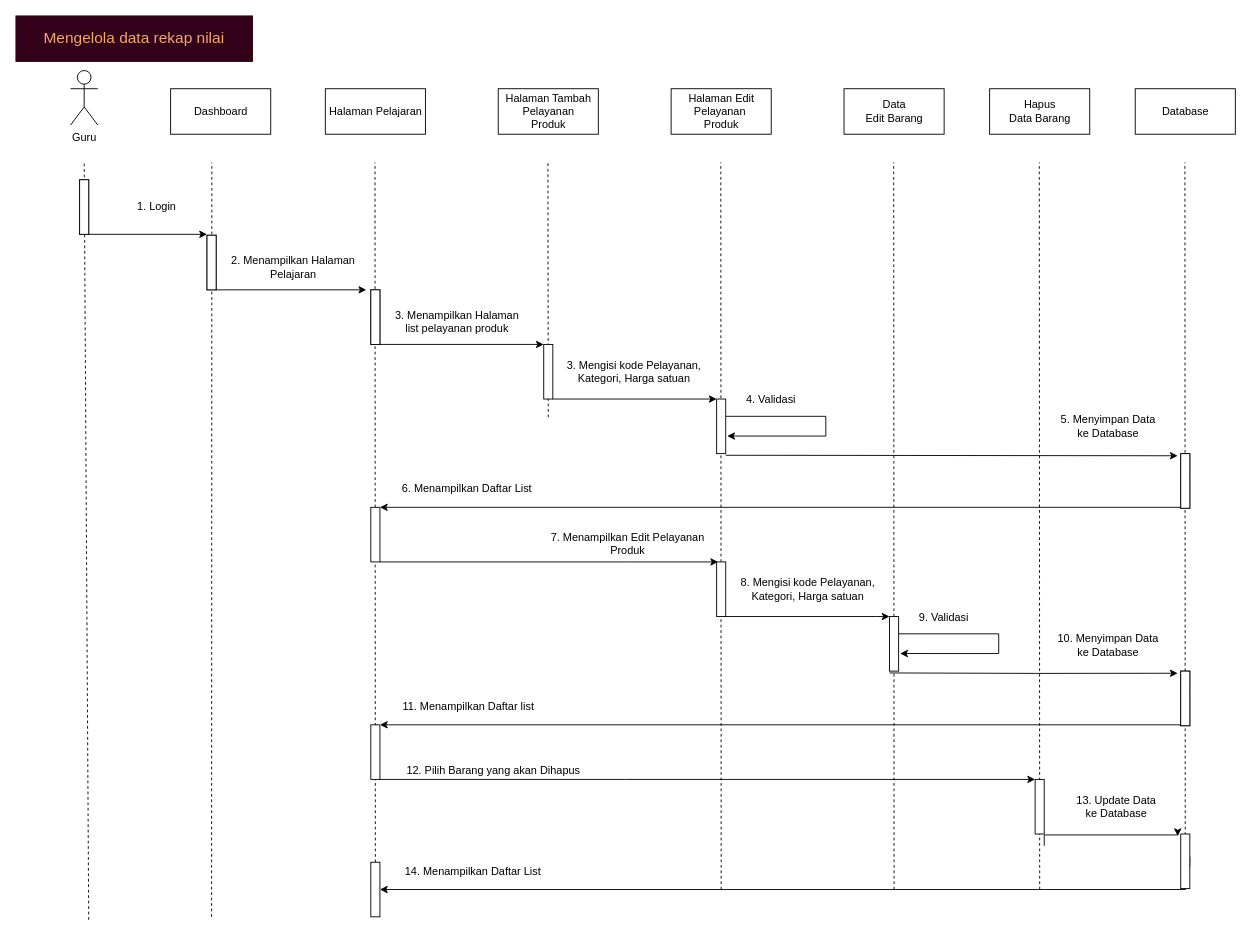
This is page "Kelola Data Pelajaran Sq" (7 of 22) of draw.io/Proyek-3.drawio from Tugas-Proyek-Polindra/proyek-3, a draw.io file, before an edit. Source tidied: cells renumbered, new cells numbered last; positions are measured from the earlier drawing's top-left corner, leaving out a move shared by most shapes. Both pictures are drawn from the tidied source at 91%, with x=0, y=0 at pixel (15, 15).
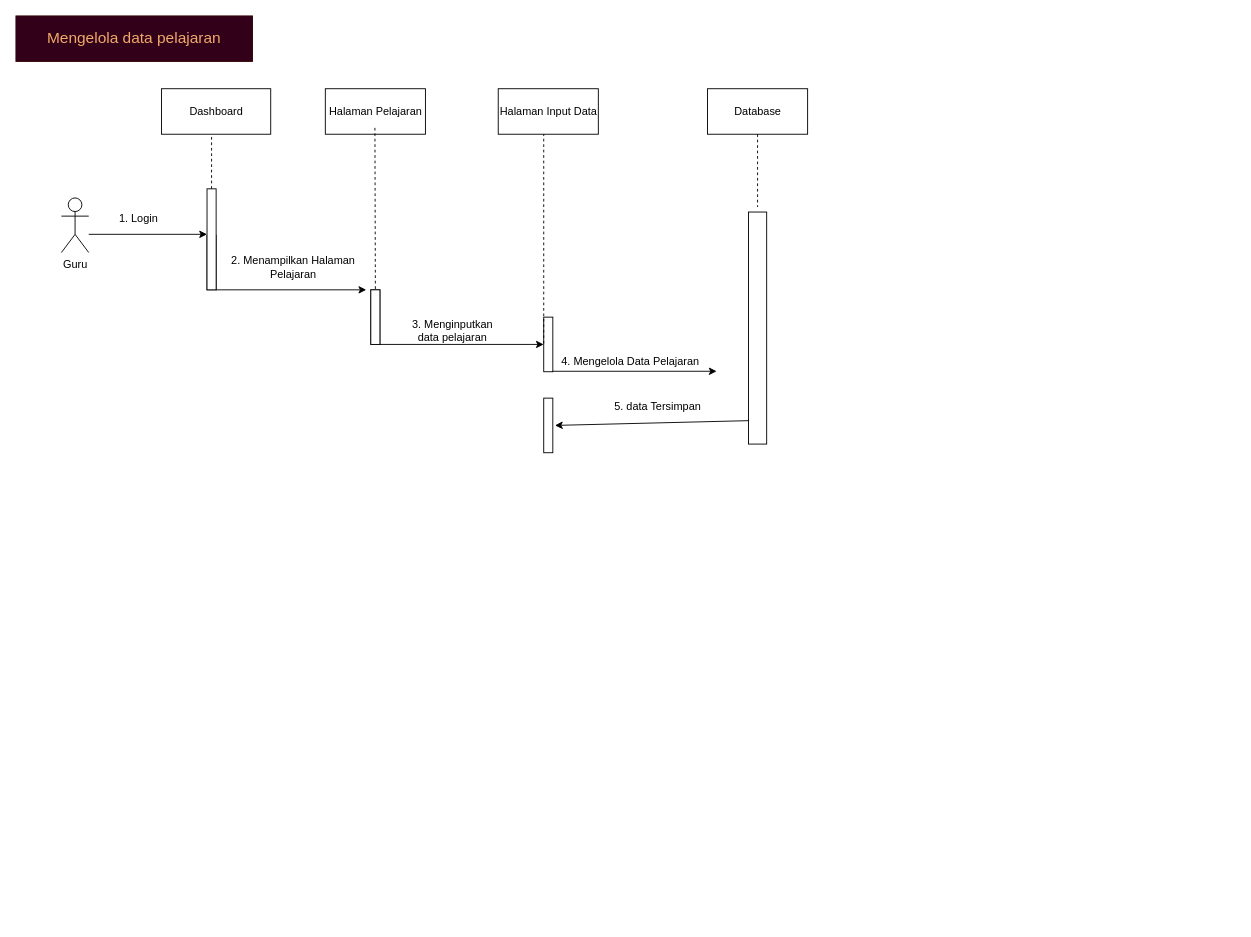
After the change.

Diff of the diagram source:
```diff
@@
-    <mxCell id="2" style="edgeStyle=orthogonalEdgeStyle;rounded=0;jettySize=auto;html=1;" parent="1" edge="1" source="3">
+    <mxCell id="2" style="edgeStyle=orthogonalEdgeStyle;rounded=0;orthogonalLoop=1;jettySize=auto;html=1;" parent="1" edge="1">
       <mxGeometry relative="1" as="geometry">
+        <mxPoint x="80" y="240" as="sourcePoint" />
         <mxPoint x="210" y="240" as="targetPoint" />
         <Array as="points">
           <mxPoint x="210" y="240" />
           <mxPoint x="210" y="240" />
         </Array>
       </mxGeometry>
     </mxCell>
-    <mxCell id="3" style="html=1;points=[];perimeter=orthogonalPerimeter;" parent="1" vertex="1">
-      <mxGeometry x="70" y="180" width="10" height="60" as="geometry" />
-    </mxCell>
     <mxCell id="4" value="Dashboard" style="html=1;" parent="1" vertex="1">
-      <mxGeometry x="170" y="80" width="110" height="50" as="geometry" />
+      <mxGeometry x="160" y="80" width="120" height="50" as="geometry" />
     </mxCell>
@@
-    <mxCell id="6" value="Halaman Tambah &lt;br&gt;Pelayanan&lt;br&gt;Produk" style="html=1;" parent="1" vertex="1">
+    <mxCell id="6" value="Halaman Input Data" style="html=1;" parent="1" vertex="1">
       <mxGeometry x="530" y="80" width="110" height="50" as="geometry" />
     </mxCell>
     <mxCell id="7" value="1. Login" style="text;html=1;strokeColor=none;fillColor=none;align=center;verticalAlign=middle;whiteSpace=wrap;rounded=0;" parent="1" vertex="1">
-      <mxGeometry x="100" y="197.5" width="110" height="25" as="geometry" />
+      <mxGeometry x="80" y="210" width="110" height="25" as="geometry" />
     </mxCell>
     <mxCell id="8" value="Guru" style="shape=umlActor;verticalLabelPosition=bottom;verticalAlign=top;html=1;" parent="1" vertex="1">
-      <mxGeometry x="60" y="60" width="30" height="60" as="geometry" />
+      <mxGeometry x="50" y="200" width="30" height="60" as="geometry" />
     </mxCell>
-    <mxCell id="9" style="endArrow=none;dashed=1;html=1;" parent="1" edge="1">
-      <mxGeometry relative="1" as="geometry">
-        <mxPoint x="80" y="993.3" as="sourcePoint" />
-        <mxPoint x="75" y="160" as="targetPoint" />
-      </mxGeometry>
-    </mxCell>
-    <mxCell id="10" style="html=1;perimeter=orthogonalPerimeter;" parent="1" vertex="1">
-      <mxGeometry x="70" y="180" width="10" height="60" as="geometry" />
-    </mxCell>
-    <mxCell id="11" style="endArrow=none;dashed=1;html=1;" parent="1" edge="1">
-      <mxGeometry relative="1" as="geometry">
-        <mxPoint x="215" y="990" as="sourcePoint" />
-        <mxPoint x="215.3" y="161" as="targetPoint" />
-      </mxGeometry>
-    </mxCell>
@@
     <mxCell id="15" style="html=1;perimeter=orthogonalPerimeter;" parent="1" vertex="1">
-      <mxGeometry x="210" y="241" width="10" height="60" as="geometry" />
+      <mxGeometry x="210" y="190" width="10" height="111" as="geometry" />
     </mxCell>
-    <mxCell id="16" style="endArrow=none;dashed=1;html=1;" parent="1" edge="1">
-      <mxGeometry relative="1" as="geometry">
-        <mxPoint x="395" y="960" as="sourcePoint" />
-        <mxPoint x="394.6" y="161" as="targetPoint" />
-      </mxGeometry>
-    </mxCell>
@@
-    <mxCell id="19" value="3. Menampilkan Halaman&lt;br&gt;list pelayanan produk" style="text;html=1;strokeColor=none;fillColor=none;align=center;verticalAlign=middle;whiteSpace=wrap;rounded=0;" parent="1" vertex="1">
-      <mxGeometry x="410" y="320" width="150" height="31" as="geometry" />
-    </mxCell>
@@
-    <mxCell id="21" style="endArrow=none;dashed=1;html=1;" parent="1" edge="1">
-      <mxGeometry relative="1" as="geometry">
-        <mxPoint x="585" y="441" as="sourcePoint" />
-        <mxPoint x="584.6" y="161" as="targetPoint" />
-      </mxGeometry>
-    </mxCell>
-    <mxCell id="22" style="edgeStyle=orthogonalEdgeStyle;rounded=0;jettySize=auto;html=1;exitX=1;exitY=0.417;exitDx=0;exitDy=0;exitPerimeter=0;" parent="1" edge="1" source="23" target="24">
-      <mxGeometry relative="1" as="geometry">
-        <Array as="points">
-          <mxPoint x="1285" y="506" />
-          <mxPoint x="1285" y="540" />
-        </Array>
-      </mxGeometry>
-    </mxCell>
-    <mxCell id="23" style="html=1;points=[];perimeter=orthogonalPerimeter;" parent="1" vertex="1">
-      <mxGeometry x="1280" y="481" width="10" height="60" as="geometry" />
-    </mxCell>
-    <mxCell id="24" style="html=1;points=[];perimeter=orthogonalPerimeter;" parent="1" vertex="1">
-      <mxGeometry x="390" y="540" width="10" height="60" as="geometry" />
-    </mxCell>
-    <mxCell id="25" value="6. Menampilkan Daftar List&amp;nbsp;" style="text;html=1;strokeColor=none;fillColor=none;align=center;verticalAlign=middle;whiteSpace=wrap;rounded=0;" parent="1" vertex="1">
-      <mxGeometry x="405" y="510" width="185" height="20" as="geometry" />
-    </mxCell>
-    <mxCell id="26" value="Halaman Edit&lt;br&gt;Pelayanan&amp;nbsp;&lt;br&gt;Produk" style="html=1;" parent="1" vertex="1">
-      <mxGeometry x="720" y="80" width="110" height="50" as="geometry" />
-    </mxCell>
-    <mxCell id="27" style="endArrow=none;dashed=1;html=1;" parent="1" edge="1">
-      <mxGeometry relative="1" as="geometry">
-        <mxPoint x="775" y="960" as="sourcePoint" />
-        <mxPoint x="774.6" y="161" as="targetPoint" />
-      </mxGeometry>
-    </mxCell>
-    <mxCell id="28" style="edgeStyle=orthogonalEdgeStyle;rounded=0;orthogonalLoop=1;jettySize=auto;html=1;entryX=1.167;entryY=0.678;entryDx=0;entryDy=0;entryPerimeter=0;" parent="1" edge="1" source="29" target="29">
-      <mxGeometry relative="1" as="geometry">
-        <Array as="points">
-          <mxPoint x="890" y="440" />
-          <mxPoint x="890" y="462" />
-        </Array>
-      </mxGeometry>
-    </mxCell>
-    <mxCell id="29" style="html=1;points=[];perimeter=orthogonalPerimeter;" parent="1" vertex="1">
-      <mxGeometry x="770" y="421" width="10" height="60" as="geometry" />
-    </mxCell>
-    <mxCell id="30" value="Data&lt;br&gt;Edit Barang" style="html=1;" parent="1" vertex="1">
-      <mxGeometry x="910" y="80" width="110" height="50" as="geometry" />
-    </mxCell>
-    <mxCell id="31" style="endArrow=none;dashed=1;html=1;" parent="1" edge="1">
-      <mxGeometry relative="1" as="geometry">
-        <mxPoint x="965" y="960" as="sourcePoint" />
-        <mxPoint x="964.6" y="161" as="targetPoint" />
-      </mxGeometry>
-    </mxCell>
-    <mxCell id="32" value="Hapus&lt;br&gt;Data Barang" style="html=1;" parent="1" vertex="1">
-      <mxGeometry x="1070" y="80" width="110" height="50" as="geometry" />
-    </mxCell>
-    <mxCell id="33" style="endArrow=none;dashed=1;html=1;" parent="1" edge="1">
-      <mxGeometry relative="1" as="geometry">
-        <mxPoint x="1125" y="960" as="sourcePoint" />
-        <mxPoint x="1124.6" y="161" as="targetPoint" />
-      </mxGeometry>
-    </mxCell>
     <mxCell id="34" value="Database" style="html=1;" parent="1" vertex="1">
-      <mxGeometry x="1230" y="80" width="110" height="50" as="geometry" />
+      <mxGeometry x="760" y="80" width="110" height="50" as="geometry" />
     </mxCell>
-    <mxCell id="35" style="endArrow=none;dashed=1;html=1;" parent="1" edge="1">
-      <mxGeometry relative="1" as="geometry">
-        <mxPoint x="1285" y="960" as="sourcePoint" />
-        <mxPoint x="1284.6" y="161" as="targetPoint" />
-      </mxGeometry>
-    </mxCell>
-    <mxCell id="36" value="3. Mengisi kode Pelayanan, Kategori, Harga satuan" style="text;html=1;strokeColor=none;fillColor=none;align=center;verticalAlign=middle;whiteSpace=wrap;rounded=0;" parent="1" vertex="1">
-      <mxGeometry x="590" y="375.5" width="179" height="31" as="geometry" />
-    </mxCell>
     <mxCell id="37" style="html=1;perimeter=orthogonalPerimeter;" parent="1" vertex="1">
-      <mxGeometry x="580" y="361" width="10" height="60" as="geometry" />
+      <mxGeometry x="580" y="331" width="10" height="60" as="geometry" />
     </mxCell>
     <mxCell id="38" style="edgeStyle=orthogonalEdgeStyle;rounded=0;orthogonalLoop=1;jettySize=auto;html=1;" parent="1" edge="1">
       <mxGeometry relative="1" as="geometry">
-        <mxPoint x="590" y="421" as="sourcePoint" />
-        <mxPoint x="770" y="421" as="targetPoint" />
+        <mxPoint x="590" y="390.5" as="sourcePoint" />
+        <mxPoint x="770" y="390.5" as="targetPoint" />
         <Array as="points">
-          <mxPoint x="755" y="421" />
+          <mxPoint x="755" y="390.5" />
         </Array>
       </mxGeometry>
     </mxCell>
-    <mxCell id="39" style="html=1;points=[];perimeter=orthogonalPerimeter;" parent="1" vertex="1">
-      <mxGeometry x="1280" y="481" width="10" height="60" as="geometry" />
-    </mxCell>
-    <mxCell id="40" value="5. Menyimpan Data &lt;br&gt;ke Database" style="text;html=1;strokeColor=none;fillColor=none;align=center;verticalAlign=middle;whiteSpace=wrap;rounded=0;" parent="1" vertex="1">
-      <mxGeometry x="1111" y="435.5" width="179" height="31" as="geometry" />
-    </mxCell>
-    <mxCell id="41" style="edgeStyle=orthogonalEdgeStyle;rounded=0;jettySize=auto;html=1;entryX=-0.333;entryY=0.039;entryDx=0;entryDy=0;entryPerimeter=0;" parent="1" edge="1" target="39">
-      <mxGeometry relative="1" as="geometry">
-        <mxPoint x="780" y="482.8" as="sourcePoint" />
-      </mxGeometry>
-    </mxCell>
-    <mxCell id="42" value="4. Validasi" style="text;html=1;strokeColor=none;fillColor=none;align=center;verticalAlign=middle;whiteSpace=wrap;rounded=0;" parent="1" vertex="1">
-      <mxGeometry x="790" y="406.5" width="80" height="31" as="geometry" />
-    </mxCell>
-    <mxCell id="43" style="edgeStyle=orthogonalEdgeStyle;rounded=0;jettySize=auto;html=1;entryX=0.167;entryY=0;entryDx=0;entryDy=0;entryPerimeter=0;" parent="1" edge="1" target="48">
-      <mxGeometry relative="1" as="geometry">
-        <mxPoint x="400" y="600" as="sourcePoint" />
-        <Array as="points">
-          <mxPoint x="670" y="600" />
-          <mxPoint x="670" y="600" />
-        </Array>
-      </mxGeometry>
-    </mxCell>
-    <mxCell id="44" value="7. Menampilkan Edit Pelayanan Produk" style="text;html=1;strokeColor=none;fillColor=none;align=center;verticalAlign=middle;whiteSpace=wrap;rounded=0;" parent="1" vertex="1">
-      <mxGeometry x="580" y="570" width="185" height="20" as="geometry" />
-    </mxCell>
-    <mxCell id="45" style="edgeStyle=orthogonalEdgeStyle;rounded=0;orthogonalLoop=1;jettySize=auto;html=1;entryX=1.167;entryY=0.678;entryDx=0;entryDy=0;entryPerimeter=0;" parent="1" edge="1" source="46" target="46">
-      <mxGeometry relative="1" as="geometry">
-        <Array as="points">
-          <mxPoint x="1080" y="679" />
-          <mxPoint x="1080" y="701" />
-        </Array>
-      </mxGeometry>
-    </mxCell>
-    <mxCell id="46" style="html=1;points=[];perimeter=orthogonalPerimeter;" parent="1" vertex="1">
-      <mxGeometry x="960" y="660" width="10" height="60" as="geometry" />
-    </mxCell>
-    <mxCell id="47" value="8. Mengisi kode Pelayanan, Kategori, Harga satuan" style="text;html=1;strokeColor=none;fillColor=none;align=center;verticalAlign=middle;whiteSpace=wrap;rounded=0;" parent="1" vertex="1">
-      <mxGeometry x="781" y="614.5" width="179" height="31" as="geometry" />
-    </mxCell>
-    <mxCell id="48" style="html=1;points=[];perimeter=orthogonalPerimeter;" parent="1" vertex="1">
-      <mxGeometry x="770" y="600" width="10" height="60" as="geometry" />
-    </mxCell>
-    <mxCell id="49" style="edgeStyle=orthogonalEdgeStyle;rounded=0;orthogonalLoop=1;jettySize=auto;html=1;" parent="1" edge="1">
-      <mxGeometry relative="1" as="geometry">
-        <mxPoint x="780" y="660" as="sourcePoint" />
-        <mxPoint x="960" y="660" as="targetPoint" />
-        <Array as="points">
-          <mxPoint x="945" y="660" />
-        </Array>
-      </mxGeometry>
-    </mxCell>
-    <mxCell id="50" value="9. Validasi" style="text;html=1;strokeColor=none;fillColor=none;align=center;verticalAlign=middle;whiteSpace=wrap;rounded=0;" parent="1" vertex="1">
-      <mxGeometry x="980" y="645.5" width="80" height="31" as="geometry" />
-    </mxCell>
-    <mxCell id="51" style="edgeStyle=orthogonalEdgeStyle;rounded=0;jettySize=auto;html=1;exitX=1;exitY=0.417;exitDx=0;exitDy=0;exitPerimeter=0;" parent="1" edge="1" source="52" target="53">
-      <mxGeometry relative="1" as="geometry">
-        <Array as="points">
-          <mxPoint x="1285" y="745" />
-          <mxPoint x="1285" y="779" />
-        </Array>
-      </mxGeometry>
-    </mxCell>
-    <mxCell id="52" style="html=1;points=[];perimeter=orthogonalPerimeter;" parent="1" vertex="1">
-      <mxGeometry x="1280" y="720" width="10" height="60" as="geometry" />
-    </mxCell>
-    <mxCell id="53" style="html=1;points=[];perimeter=orthogonalPerimeter;" parent="1" vertex="1">
-      <mxGeometry x="390" y="779" width="10" height="60" as="geometry" />
-    </mxCell>
-    <mxCell id="54" value="11. Menampilkan Daftar list" style="text;html=1;strokeColor=none;fillColor=none;align=center;verticalAlign=middle;whiteSpace=wrap;rounded=0;" parent="1" vertex="1">
-      <mxGeometry x="405" y="749" width="185" height="20" as="geometry" />
-    </mxCell>
-    <mxCell id="55" style="html=1;points=[];perimeter=orthogonalPerimeter;" parent="1" vertex="1">
-      <mxGeometry x="1280" y="720" width="10" height="60" as="geometry" />
-    </mxCell>
-    <mxCell id="56" style="edgeStyle=orthogonalEdgeStyle;rounded=0;jettySize=auto;html=1;entryX=-0.333;entryY=0.039;entryDx=0;entryDy=0;entryPerimeter=0;" parent="1" edge="1" target="55">
-      <mxGeometry relative="1" as="geometry">
-        <mxPoint x="960" y="722" as="sourcePoint" />
-      </mxGeometry>
-    </mxCell>
-    <mxCell id="57" style="edgeStyle=orthogonalEdgeStyle;rounded=0;orthogonalLoop=1;jettySize=auto;html=1;" parent="1" edge="1">
-      <mxGeometry relative="1" as="geometry">
-        <mxPoint x="400" y="839" as="sourcePoint" />
-        <mxPoint x="1120" y="839" as="targetPoint" />
-        <Array as="points">
-          <mxPoint x="670" y="839" />
-          <mxPoint x="670" y="839" />
-        </Array>
-      </mxGeometry>
-    </mxCell>
-    <mxCell id="58" value="12. Pilih Barang yang akan Dihapus" style="text;html=1;strokeColor=none;fillColor=none;align=center;verticalAlign=middle;whiteSpace=wrap;rounded=0;" parent="1" vertex="1">
-      <mxGeometry x="420" y="819" width="210" height="20" as="geometry" />
-    </mxCell>
-    <mxCell id="59" value="10. Menyimpan Data &lt;br&gt;ke Database" style="text;html=1;strokeColor=none;fillColor=none;align=center;verticalAlign=middle;whiteSpace=wrap;rounded=0;" parent="1" vertex="1">
-      <mxGeometry x="1111" y="676.5" width="179" height="31" as="geometry" />
-    </mxCell>
-    <mxCell id="60" style="edgeStyle=orthogonalEdgeStyle;rounded=0;jettySize=auto;html=1;exitX=1;exitY=0.417;exitDx=0;exitDy=0;exitPerimeter=0;" parent="1" edge="1" source="61" target="62">
-      <mxGeometry relative="1" as="geometry">
-        <Array as="points">
-          <mxPoint x="1290" y="935" />
-          <mxPoint x="1285" y="935" />
-          <mxPoint x="1285" y="960" />
-          <mxPoint x="395" y="960" />
-        </Array>
-      </mxGeometry>
-    </mxCell>
-    <mxCell id="61" style="html=1;points=[];perimeter=orthogonalPerimeter;" parent="1" vertex="1">
-      <mxGeometry x="1280" y="899" width="10" height="60" as="geometry" />
-    </mxCell>
-    <mxCell id="62" style="html=1;points=[];perimeter=orthogonalPerimeter;" parent="1" vertex="1">
-      <mxGeometry x="390" y="930" width="10" height="60" as="geometry" />
-    </mxCell>
-    <mxCell id="63" value="14. Menampilkan Daftar List" style="text;html=1;strokeColor=none;fillColor=none;align=center;verticalAlign=middle;whiteSpace=wrap;rounded=0;" parent="1" vertex="1">
-      <mxGeometry x="410" y="930" width="185" height="20" as="geometry" />
-    </mxCell>
-    <mxCell id="64" style="edgeStyle=orthogonalEdgeStyle;rounded=0;orthogonalLoop=1;jettySize=auto;html=1;entryX=-0.333;entryY=0.039;entryDx=0;entryDy=0;entryPerimeter=0;" parent="1" edge="1">
-      <mxGeometry relative="1" as="geometry">
-        <mxPoint x="1130" y="912" as="sourcePoint" />
-        <mxPoint x="1276.7" y="901.3" as="targetPoint" />
-        <Array as="points">
-          <mxPoint x="1130" y="900" />
-          <mxPoint x="1277" y="900" />
-        </Array>
-      </mxGeometry>
-    </mxCell>
-    <mxCell id="65" style="html=1;perimeter=orthogonalPerimeter;" parent="1" vertex="1">
-      <mxGeometry x="1120" y="839" width="10" height="60" as="geometry" />
-    </mxCell>
-    <mxCell id="66" value="13. Update Data &lt;br&gt;ke Database" style="text;html=1;strokeColor=none;fillColor=none;align=center;verticalAlign=middle;whiteSpace=wrap;rounded=0;" parent="1" vertex="1">
-      <mxGeometry x="1120" y="853.5" width="179" height="31" as="geometry" />
-    </mxCell>
-    <mxCell id="67" value="&lt;font color=&quot;#f0aa69&quot;&gt;&lt;span style=&quot;font-size: 17px&quot;&gt;Mengelola data rekap nilai&lt;/span&gt;&lt;/font&gt;" style="text;html=1;align=center;verticalAlign=middle;whiteSpace=wrap;rounded=0;fontColor=#333333;strokeColor=#330000;fillColor=#33001A;" parent="1" vertex="1">
+    <mxCell id="67" value="&lt;font color=&quot;#f0aa69&quot;&gt;&lt;span style=&quot;font-size: 17px&quot;&gt;Mengelola data pelajaran&lt;/span&gt;&lt;/font&gt;" style="text;html=1;align=center;verticalAlign=middle;whiteSpace=wrap;rounded=0;fontColor=#333333;strokeColor=#330000;fillColor=#33001A;" parent="1" vertex="1">
       <mxGeometry width="260" height="50" as="geometry" />
     </mxCell>
+    <mxCell id="68" style="endArrow=none;dashed=1;html=1;rounded=0;" parent="1" edge="1">
+      <mxGeometry relative="1" as="geometry">
+        <mxPoint x="215" y="190" as="sourcePoint" />
+        <mxPoint x="215" y="130" as="targetPoint" />
+      </mxGeometry>
+    </mxCell>
+    <mxCell id="69" style="endArrow=none;dashed=1;html=1;rounded=0;" parent="1" edge="1">
+      <mxGeometry relative="1" as="geometry">
+        <mxPoint x="395" y="300" as="sourcePoint" />
+        <mxPoint x="394.5" y="120" as="targetPoint" />
+      </mxGeometry>
+    </mxCell>
+    <mxCell id="70" value="3. Menginputkan data pelajaran" style="text;html=1;strokeColor=none;fillColor=none;align=center;verticalAlign=middle;whiteSpace=wrap;rounded=0;" parent="1" vertex="1">
+      <mxGeometry x="430" y="331" width="100" height="30" as="geometry" />
+    </mxCell>
+    <mxCell id="71" style="endArrow=none;dashed=1;html=1;rounded=0;" parent="1" edge="1">
+      <mxGeometry relative="1" as="geometry">
+        <mxPoint x="580" y="360" as="sourcePoint" />
+        <mxPoint x="580" y="130" as="targetPoint" />
+      </mxGeometry>
+    </mxCell>
+    <mxCell id="72" value="4. Mengelola Data Pelajaran" style="text;html=1;align=center;verticalAlign=middle;strokeColor=none;fillColor=none;" parent="1" vertex="1">
+      <mxGeometry x="590" y="370" width="170" height="20" as="geometry" />
+    </mxCell>
+    <mxCell id="73" style="endArrow=none;dashed=1;html=1;rounded=0;exitX=0.5;exitY=1;exitDx=0;exitDy=0;" parent="1" edge="1" source="34">
+      <mxGeometry relative="1" as="geometry">
+        <mxPoint x="815" y="210" as="targetPoint" />
+      </mxGeometry>
+    </mxCell>
+    <mxCell id="74" style="rounded=0;whiteSpace=wrap;html=1;rotation=-90;" parent="1" vertex="1">
+      <mxGeometry x="687.5" y="333" width="255" height="20" as="geometry" />
+    </mxCell>
+    <mxCell id="75" style="html=1;points=[];perimeter=orthogonalPerimeter;" parent="1" vertex="1">
+      <mxGeometry x="580" y="420" width="10" height="60" as="geometry" />
+    </mxCell>
+    <mxCell id="76" value="5. data Tersimpan" style="text;html=1;align=center;verticalAlign=middle;strokeColor=none;fillColor=none;" parent="1" vertex="1">
+      <mxGeometry x="650" y="420" width="110" height="20" as="geometry" />
+    </mxCell>
+    <mxCell id="77" style="endArrow=classic;html=1;rounded=0;exitX=0.101;exitY=0.033;exitDx=0;exitDy=0;exitPerimeter=0;entryX=1.233;entryY=0.5;entryDx=0;entryDy=0;entryPerimeter=0;" parent="1" edge="1" source="74" target="75">
+      <mxGeometry relative="1" as="geometry" />
+    </mxCell>
```
